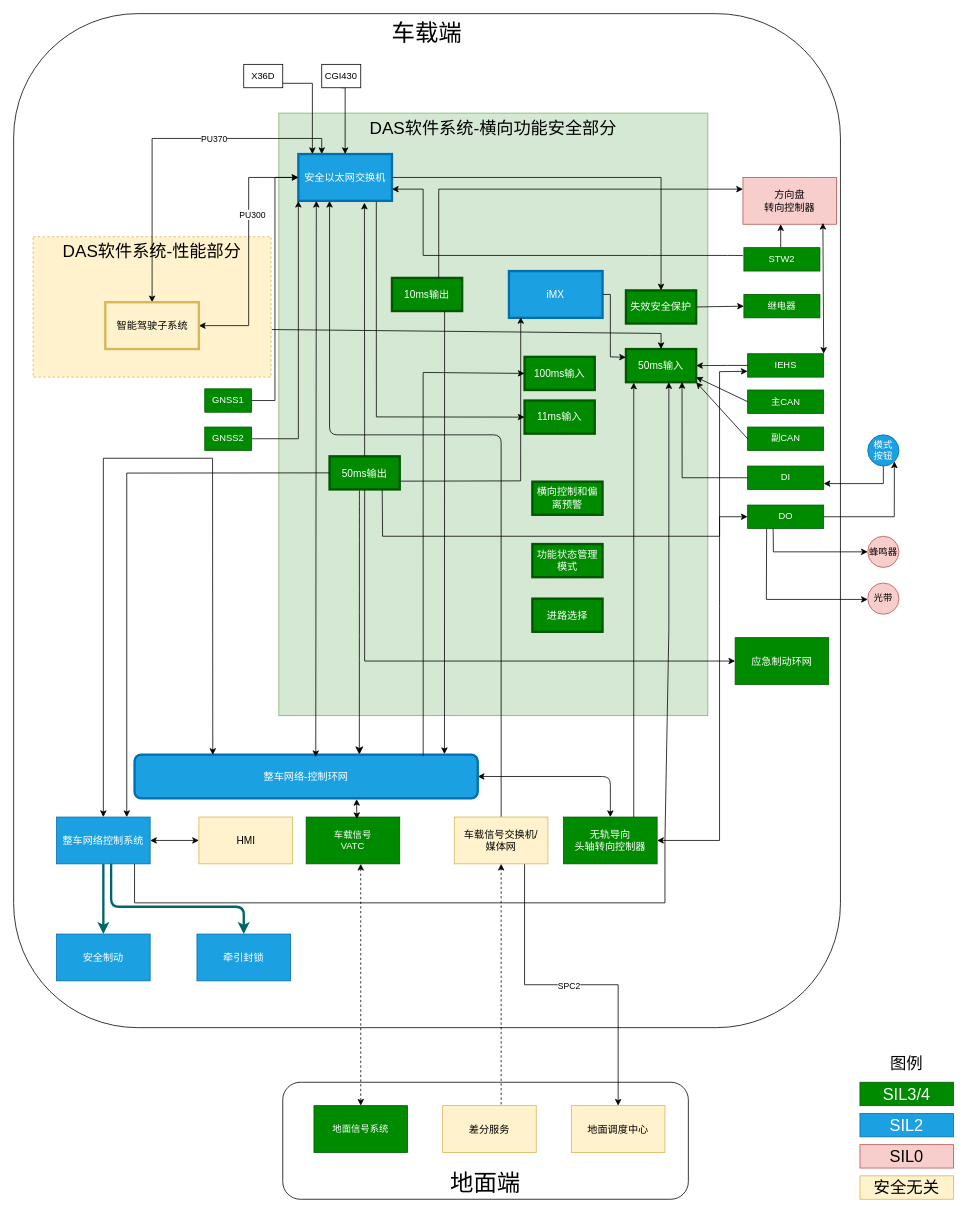
FrankWong-cs/SharingwithColleagues keeps this draw.io diagram as page "DAS软件与外部实体关系" (9 of 9) of 马来DAS系统关联关系图.drawio. Above is the earlier version. Source tidied: cells renumbered, new cells numbered last; positions are measured from the earlier drawing's top-left corner, leaving out a move shared by most shapes. Both pictures are drawn from the tidied source at 78%, with x=0, y=0 at pixel (13, 13).
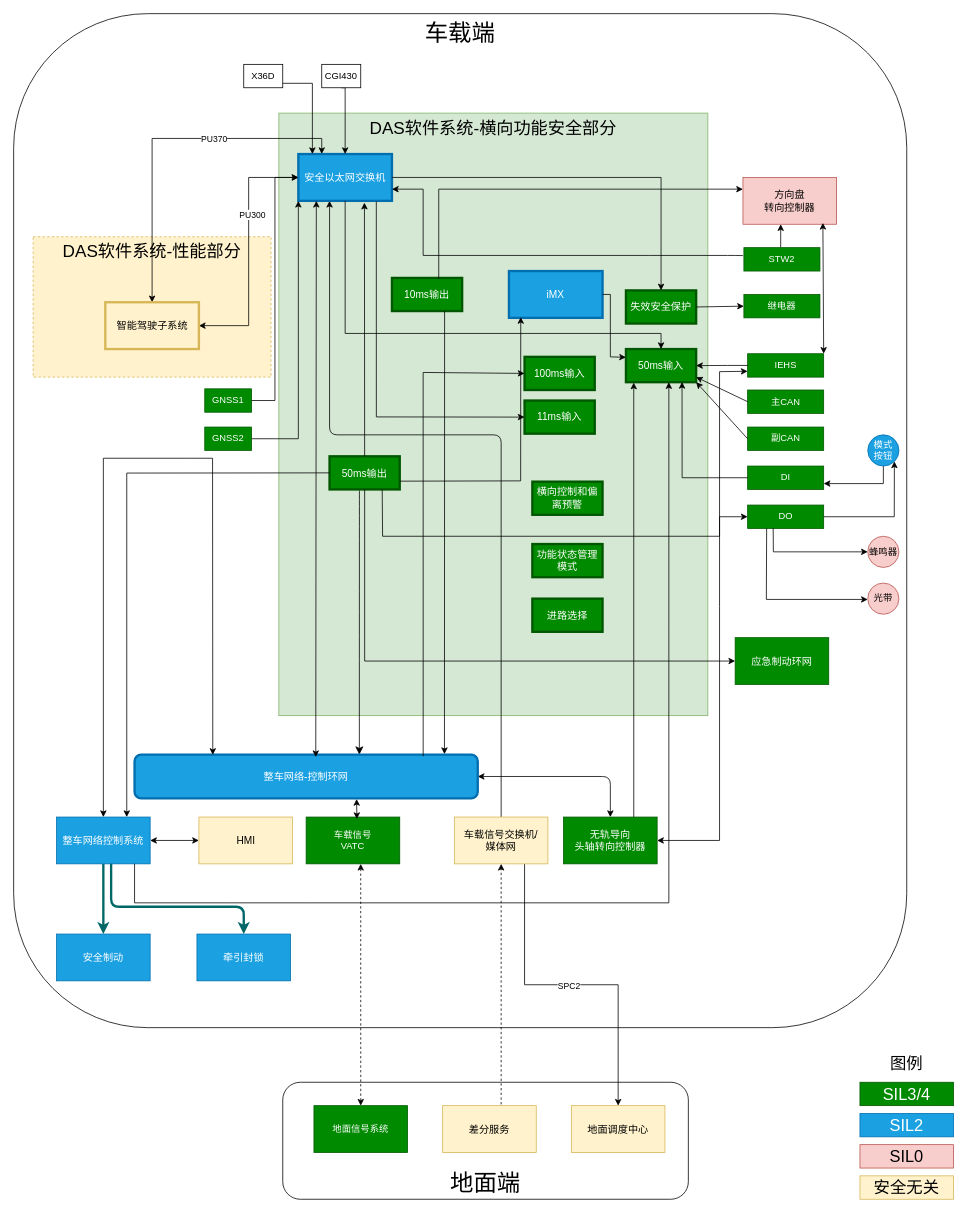
The same diagram, later.

Commit message:
更新马来DAS系统关联关系图.drawio

Unchanged cells that the change refers to:
```xml
<mxCell id="3" value="&lt;font style=&quot;font-size: 22px;&quot;&gt;DAS软件系统-性能部分&lt;/font&gt;" style="rounded=0;whiteSpace=wrap;html=1;dashed=1;fontSize=13;align=center;verticalAlign=top;fillColor=#fff2cc;strokeColor=#d6b656;" parent="1" vertex="1">
  <mxGeometry x="25" y="286" width="305" height="180" as="geometry" />
</mxCell>
<mxCell id="12" value="安全以太网交换机" style="rounded=0;whiteSpace=wrap;html=1;fontSize=13;fillColor=#1ba1e2;strokeColor=#006EAF;strokeWidth=3;fontColor=#ffffff;" parent="1" vertex="1">
  <mxGeometry x="365" y="180" width="120" height="60" as="geometry" />
</mxCell>
<mxCell id="47" value="50ms输入" style="rounded=0;whiteSpace=wrap;html=1;fontSize=13;fillColor=#008a00;strokeColor=#005700;strokeWidth=3;fontColor=#ffffff;" parent="1" vertex="1">
  <mxGeometry x="785" y="430" width="90" height="42.5" as="geometry" />
</mxCell>
```

Diff of the diagram source:
```diff
@@
     <mxCell id="2" value="&lt;font style=&quot;font-size: 30px;&quot;&gt;车载端&lt;/font&gt;" style="rounded=1;whiteSpace=wrap;html=1;verticalAlign=top;" parent="1" vertex="1">
-      <mxGeometry width="1060" height="1300" as="geometry" />
+      <mxGeometry width="1145" height="1300" as="geometry" />
     </mxCell>
@@
-    <mxCell id="56" style="endArrow=classic;html=1;rounded=0;exitX=1.003;exitY=0.661;exitDx=0;exitDy=0;exitPerimeter=0;" parent="1" edge="1" source="3" target="47">
+    <mxCell id="56" style="endArrow=classic;html=1;rounded=0;exitX=0.5;exitY=1;exitDx=0;exitDy=0;" parent="1" edge="1" source="12" target="47">
       <mxGeometry relative="1" as="geometry">
         <Array as="points">
+          <mxPoint x="425" y="410" />
           <mxPoint x="830" y="410" />
         </Array>
       </mxGeometry>
     </mxCell>
@@
     <mxCell id="64" style="endArrow=classic;html=1;rounded=0;exitX=0.75;exitY=1;exitDx=0;exitDy=0;entryX=0.5;entryY=1;entryDx=0;entryDy=0;" parent="1" edge="1">
       <mxGeometry relative="1" as="geometry">
         <mxPoint x="155" y="1090" as="sourcePoint" />
         <mxPoint x="840" y="472.5" as="targetPoint" />
         <Array as="points">
           <mxPoint x="155" y="1140" />
           <mxPoint x="275" y="1140" />
           <mxPoint x="375" y="1140" />
-          <mxPoint x="835" y="1140" />
-          <mxPoint x="835" y="1060" />
+          <mxPoint x="840" y="1140" />
           <mxPoint x="840" y="790" />
         </Array>
       </mxGeometry>
     </mxCell>
```
